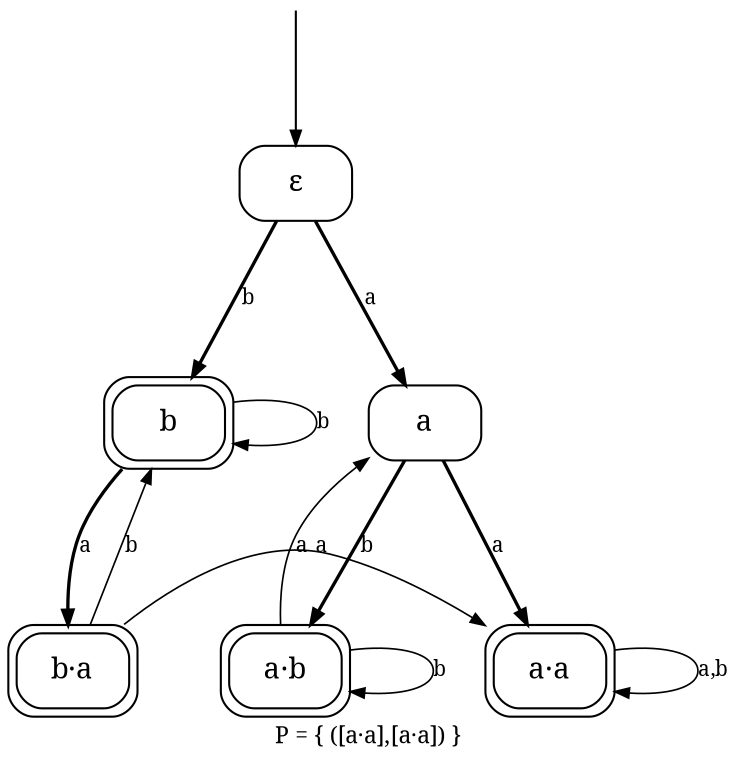
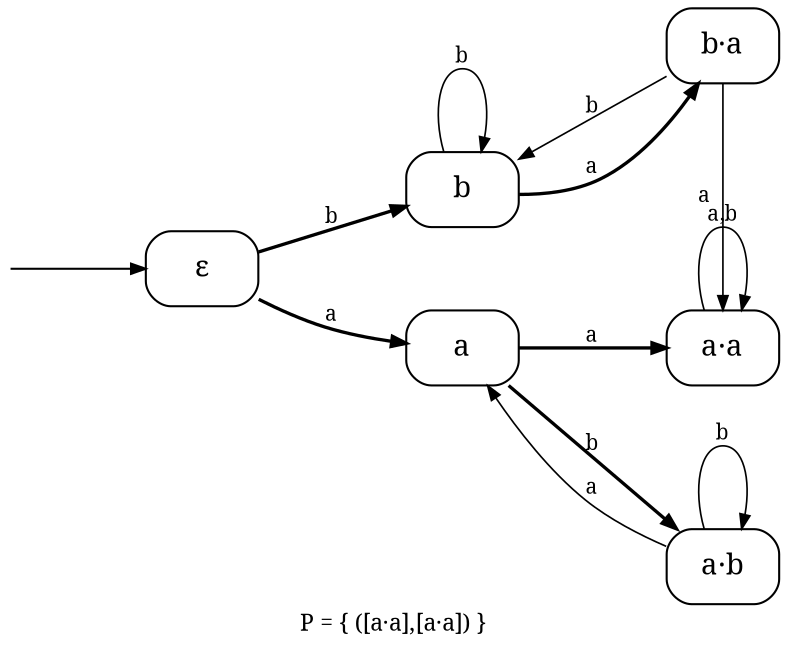
// sos2cayley gf_aa.sos --rename a=a,!a=b
digraph core_F1_gf_aa {
-   rankdir=TB;
+   rankdir=LR;
  ranksep=0.87; nodesep=0.55;
  node [shape=box, style=rounded, fontname="serif", margin="0.06,0.03"];
  edge [fontname="serif", fontsize=10, arrowsize=0.7];
  label="P = { ([a·a],[a·a]) }"; labelloc="b"; labeljust="c";
  fontname="serif"; fontsize=11;

  eps [label="ε"];
  a [label="a"];
-   b [label="b", peripheries=2];
-   aa [label="a·a", peripheries=2];
-   ab [label="a·b", peripheries=2];
-   ba [label="b·a", peripheries=2];
+   b [label="b"];
+   aa [label="a·a"];
+   ab [label="a·b"];
+   ba [label="b·a"];
  _init [shape=none, label="", width=0.02, height=0.02];
  _init -> eps;

  { rank=same; eps; }
  { rank=same; a b; }
  { rank=same; aa ab ba; }

  eps -> a [label="a", penwidth=1.6, weight=10];
  eps -> b [label="b", penwidth=1.6, weight=10];
  a -> aa [label="a", penwidth=1.6, weight=3];
  a -> ab [label="b", penwidth=1.6, weight=3];
  b -> ba [label="a", penwidth=1.6, weight=3];
  b -> b [label="b", penwidth=0.8, weight=1];
  aa -> aa [label="a,b", penwidth=0.8, weight=1];
  ab -> a [label="a", penwidth=0.8, weight=1];
  ab -> ab [label="b", penwidth=0.8, weight=1];
  ba -> aa [label="a", penwidth=0.8, weight=1];
  ba -> b [label="b", penwidth=0.8, weight=1];
}
